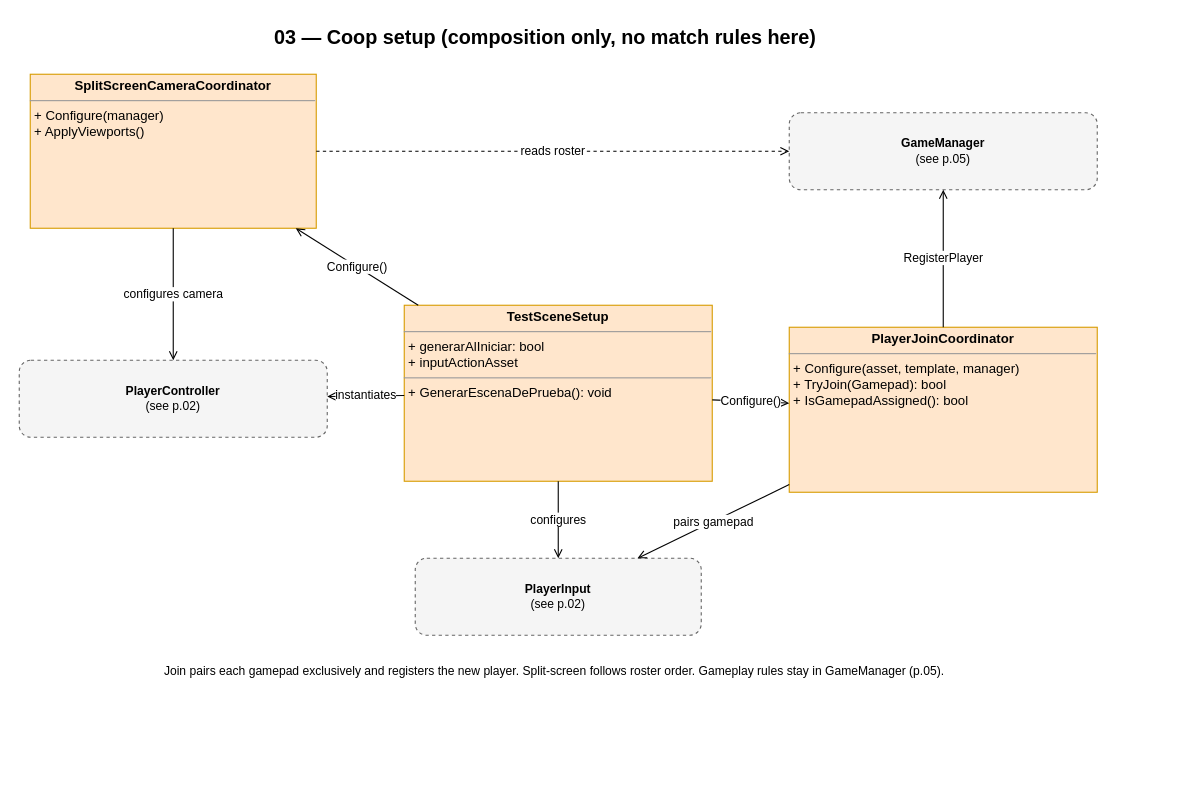
Above: page "03 Coop setup" (4 of 6) of Documentacion/diagrama-de-clases.drawio in renzo23rc/ElUltimoPilar (draw.io), before the change. Source tidied: cells renumbered, new cells numbered last; positions are measured from the earlier drawing's top-left corner, leaving out a move shared by most shapes. Both pictures are drawn from the tidied source at 110%, with x=0, y=0 at pixel (19, 19).
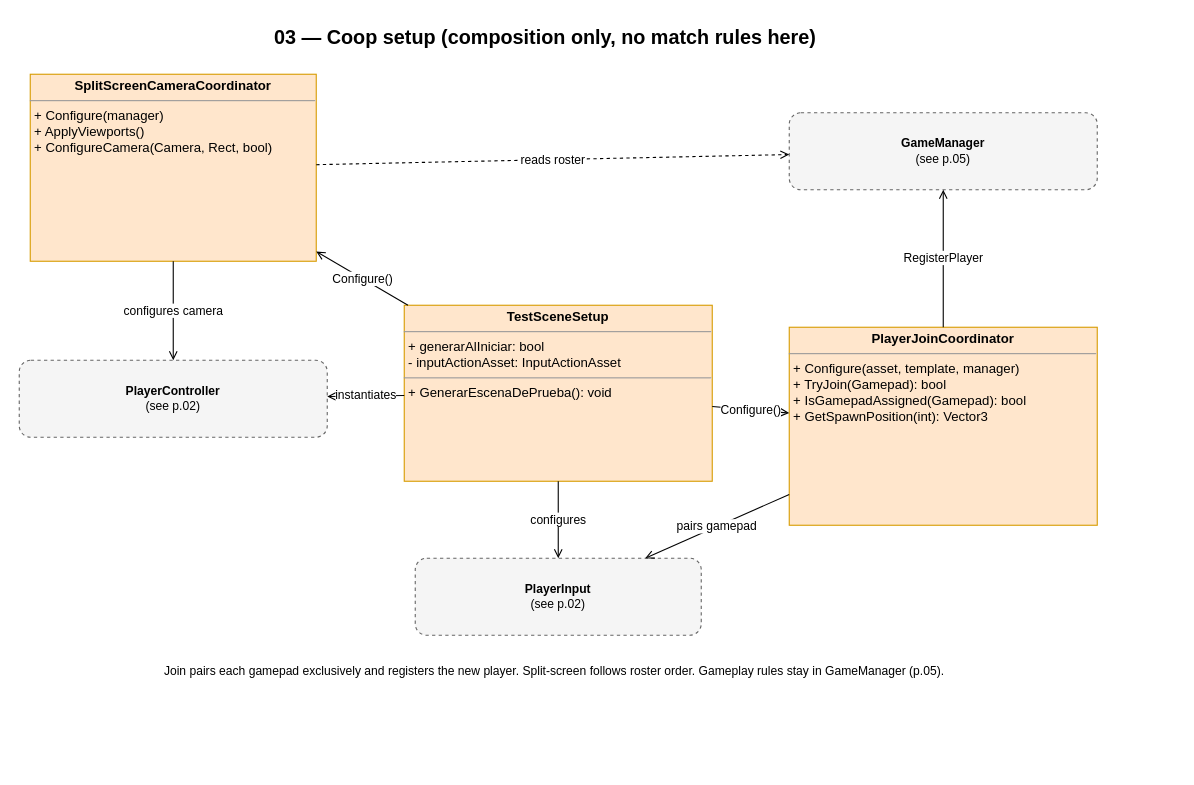
The same diagram, later.

The edit, as a diff of the source:
```diff
@@
 <mxGraphModel>
   <root>
     <mxCell id="0" />
     <mxCell id="1" parent="0" />
     <mxCell id="2" value="03 — Coop setup (composition only, no match rules here)" style="text;html=1;fontSize=18;fontStyle=1;align=left;" parent="1" vertex="1">
       <mxGeometry x="230" width="700" height="30" as="geometry" />
     </mxCell>
-    <mxCell id="3" value="&lt;p style=&quot;margin:0px;margin-top:4px;text-align:center;&quot;&gt;&lt;b&gt;TestSceneSetup&lt;/b&gt;&lt;/p&gt;&lt;hr size=&quot;1&quot;/&gt;&lt;p style=&quot;margin:0px;margin-left:4px;&quot;&gt;+ generarAlIniciar: bool&lt;br&gt;+ inputActionAsset&lt;/p&gt;&lt;hr size=&quot;1&quot;/&gt;&lt;p style=&quot;margin:0px;margin-left:4px;&quot;&gt;+ GenerarEscenaDePrueba(): void&lt;/p&gt;" style="verticalAlign=top;align=left;overflow=fill;fontSize=12;fontFamily=Helvetica;html=1;whiteSpace=wrap;fillColor=#FFE6CC;strokeColor=#D79B00;" parent="1" vertex="1">
+    <mxCell id="3" value="&lt;p style=&quot;margin:0px;margin-top:4px;text-align:center;&quot;&gt;&lt;b&gt;TestSceneSetup&lt;/b&gt;&lt;/p&gt;&lt;hr size=&quot;1&quot;/&gt;&lt;p style=&quot;margin:0px;margin-left:4px;&quot;&gt;+ generarAlIniciar: bool&lt;br&gt;- inputActionAsset: InputActionAsset&lt;/p&gt;&lt;hr size=&quot;1&quot;/&gt;&lt;p style=&quot;margin:0px;margin-left:4px;&quot;&gt;+ GenerarEscenaDePrueba(): void&lt;/p&gt;" style="verticalAlign=top;align=left;overflow=fill;fontSize=12;fontFamily=Helvetica;html=1;whiteSpace=wrap;fillColor=#FFE6CC;strokeColor=#D79B00;" parent="1" vertex="1">
       <mxGeometry x="350" y="260" width="280" height="160" as="geometry" />
     </mxCell>
-    <mxCell id="4" value="&lt;p style=&quot;margin:0px;margin-top:4px;text-align:center;&quot;&gt;&lt;b&gt;PlayerJoinCoordinator&lt;/b&gt;&lt;/p&gt;&lt;hr size=&quot;1&quot;/&gt;&lt;p style=&quot;margin:0px;margin-left:4px;&quot;&gt;+ Configure(asset, template, manager)&lt;br&gt;+ TryJoin(Gamepad): bool&lt;br&gt;+ IsGamepadAssigned(): bool&lt;/p&gt;" style="verticalAlign=top;align=left;overflow=fill;fontSize=12;fontFamily=Helvetica;html=1;whiteSpace=wrap;fillColor=#FFE6CC;strokeColor=#D79B00;" parent="1" vertex="1">
-      <mxGeometry x="700" y="280" width="280" height="150" as="geometry" />
+    <mxCell id="4" value="&lt;p style=&quot;margin:0px;margin-top:4px;text-align:center;&quot;&gt;&lt;b&gt;PlayerJoinCoordinator&lt;/b&gt;&lt;/p&gt;&lt;hr size=&quot;1&quot;/&gt;&lt;p style=&quot;margin:0px;margin-left:4px;&quot;&gt;+ Configure(asset, template, manager)&lt;br&gt;+ TryJoin(Gamepad): bool&lt;br&gt;+ IsGamepadAssigned(Gamepad): bool&lt;br&gt;+ GetSpawnPosition(int): Vector3&lt;/p&gt;" style="verticalAlign=top;align=left;overflow=fill;fontSize=12;fontFamily=Helvetica;html=1;whiteSpace=wrap;fillColor=#FFE6CC;strokeColor=#D79B00;" parent="1" vertex="1">
+      <mxGeometry x="700" y="280" width="280" height="180" as="geometry" />
     </mxCell>
-    <mxCell id="5" value="&lt;p style=&quot;margin:0px;margin-top:4px;text-align:center;&quot;&gt;&lt;b&gt;SplitScreenCameraCoordinator&lt;/b&gt;&lt;/p&gt;&lt;hr size=&quot;1&quot;/&gt;&lt;p style=&quot;margin:0px;margin-left:4px;&quot;&gt;+ Configure(manager)&lt;br&gt;+ ApplyViewports()&lt;/p&gt;" style="verticalAlign=top;align=left;overflow=fill;fontSize=12;fontFamily=Helvetica;html=1;whiteSpace=wrap;fillColor=#FFE6CC;strokeColor=#D79B00;" parent="1" vertex="1">
-      <mxGeometry x="10" y="50" width="260" height="140" as="geometry" />
+    <mxCell id="5" value="&lt;p style=&quot;margin:0px;margin-top:4px;text-align:center;&quot;&gt;&lt;b&gt;SplitScreenCameraCoordinator&lt;/b&gt;&lt;/p&gt;&lt;hr size=&quot;1&quot;/&gt;&lt;p style=&quot;margin:0px;margin-left:4px;&quot;&gt;+ Configure(manager)&lt;br&gt;+ ApplyViewports()&lt;br&gt;+ ConfigureCamera(Camera, Rect, bool)&lt;/p&gt;" style="verticalAlign=top;align=left;overflow=fill;fontSize=12;fontFamily=Helvetica;html=1;whiteSpace=wrap;fillColor=#FFE6CC;strokeColor=#D79B00;" parent="1" vertex="1">
+      <mxGeometry x="10" y="50" width="260" height="170" as="geometry" />
     </mxCell>
     <mxCell id="6" value="&lt;b&gt;GameManager&lt;/b&gt;&lt;br&gt;(see p.05)" style="rounded=1;whiteSpace=wrap;html=1;fillColor=#F5F5F5;strokeColor=#666666;dashed=1;fontSize=11;" parent="1" vertex="1">
       <mxGeometry x="700" y="85" width="280" height="70" as="geometry" />
     </mxCell>
     <mxCell id="7" value="&lt;b&gt;PlayerController&lt;/b&gt;&lt;br&gt;(see p.02)" style="rounded=1;whiteSpace=wrap;html=1;fillColor=#F5F5F5;strokeColor=#666666;dashed=1;fontSize=11;" parent="1" vertex="1">
       <mxGeometry y="310" width="280" height="70" as="geometry" />
     </mxCell>
     <mxCell id="8" value="&lt;b&gt;PlayerInput&lt;/b&gt;&lt;br&gt;(see p.02)" style="rounded=1;whiteSpace=wrap;html=1;fillColor=#F5F5F5;strokeColor=#666666;dashed=1;fontSize=11;" parent="1" vertex="1">
       <mxGeometry x="360" y="490" width="260" height="70" as="geometry" />
     </mxCell>
     <mxCell id="9" value="Configure()" style="endArrow=open;html=1;labelBackgroundColor=#ffffff;" parent="1" edge="1" source="3" target="4">
       <mxGeometry relative="1" as="geometry" />
     </mxCell>
     <mxCell id="10" value="Configure()" style="endArrow=open;html=1;labelBackgroundColor=#ffffff;" parent="1" edge="1" source="3" target="5">
       <mxGeometry relative="1" as="geometry" />
     </mxCell>
     <mxCell id="11" value="configures" style="endArrow=open;html=1;labelBackgroundColor=#ffffff;" parent="1" edge="1" source="3" target="8">
       <mxGeometry relative="1" as="geometry" />
     </mxCell>
     <mxCell id="12" value="instantiates" style="endArrow=open;html=1;labelBackgroundColor=#ffffff;" parent="1" edge="1" source="3" target="7">
       <mxGeometry relative="1" as="geometry" />
     </mxCell>
     <mxCell id="13" value="RegisterPlayer" style="endArrow=open;html=1;labelBackgroundColor=#ffffff;" parent="1" edge="1" source="4" target="6">
       <mxGeometry relative="1" as="geometry" />
     </mxCell>
     <mxCell id="14" value="pairs gamepad" style="endArrow=open;html=1;labelBackgroundColor=#ffffff;" parent="1" edge="1" source="4" target="8">
       <mxGeometry relative="1" as="geometry" />
     </mxCell>
     <mxCell id="15" value="reads roster" style="dashed=1;endArrow=open;html=1;labelBackgroundColor=#ffffff;" parent="1" edge="1" source="5" target="6">
       <mxGeometry relative="1" as="geometry" />
     </mxCell>
     <mxCell id="16" value="configures camera" style="endArrow=open;html=1;labelBackgroundColor=#ffffff;" parent="1" edge="1" source="5" target="7">
       <mxGeometry relative="1" as="geometry" />
     </mxCell>
     <mxCell id="17" value="Join pairs each gamepad exclusively and registers the new player. Split-screen follows roster order. Gameplay rules stay in GameManager (p.05)." style="text;html=1;fontSize=11;align=left;" parent="1" vertex="1">
       <mxGeometry x="130" y="580" width="920" height="100" as="geometry" />
     </mxCell>
   </root>
 </mxGraphModel>
```
